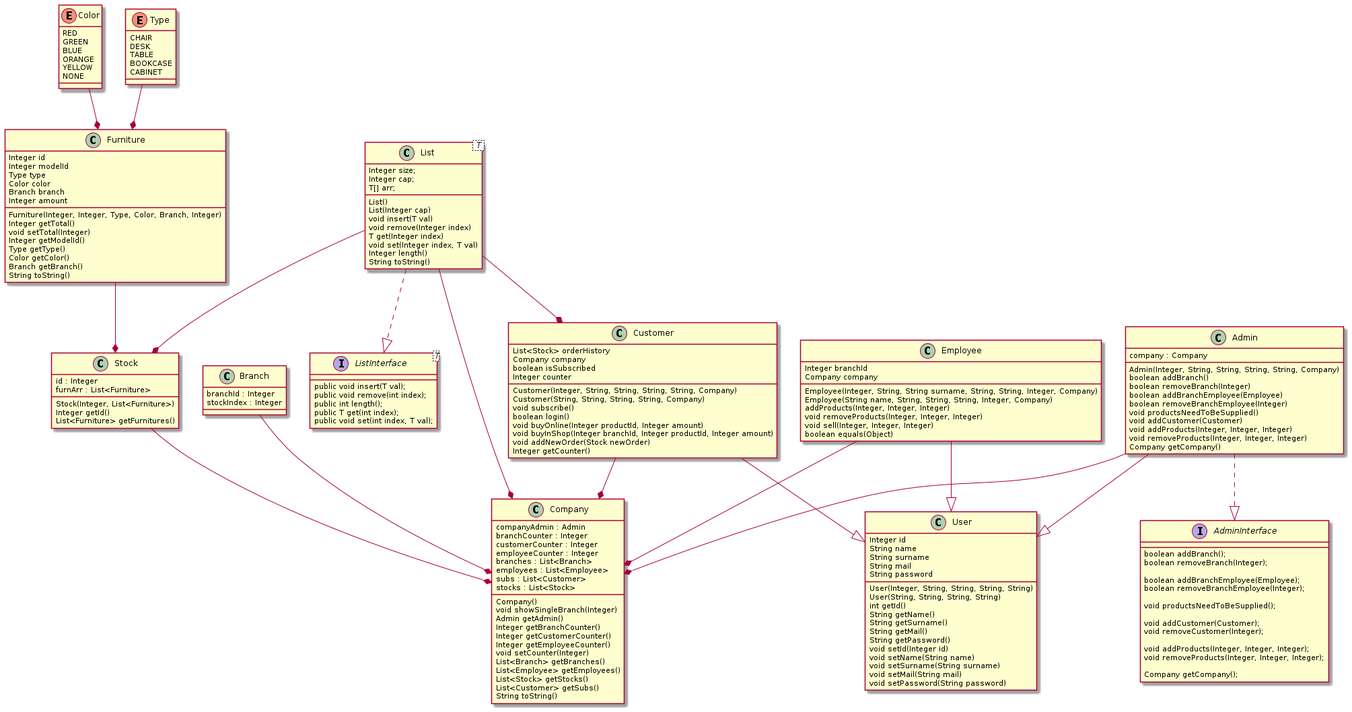
barisayyildiz/Data-Structures-Homeworks keeps this PlantUML diagram as out/classes/Order Taking Classes.png. Above is the earlier version.
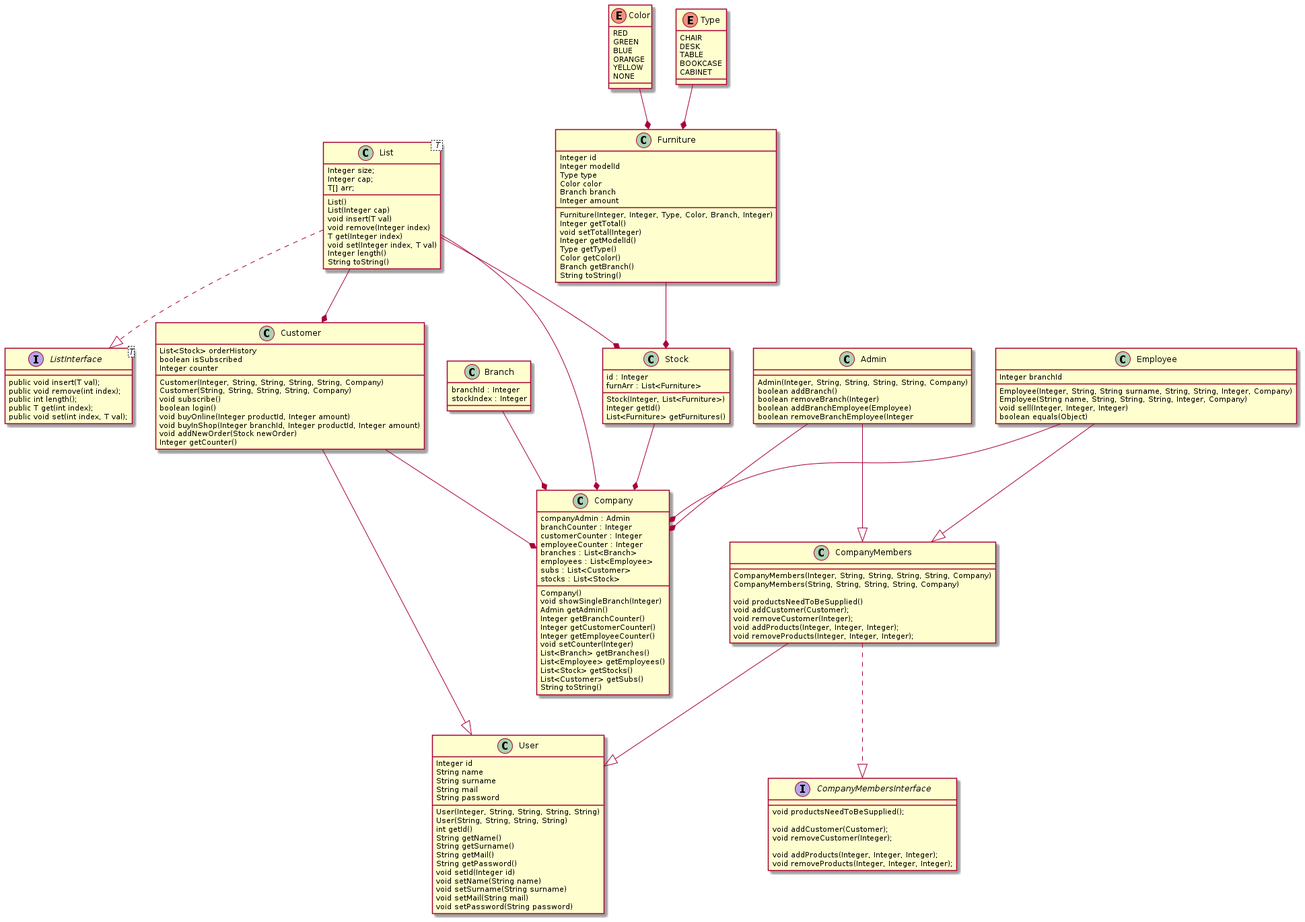
After the change.

Commit message:
user interface oluşturuluyor

The edit, as a diff of the source:
```diff
@@ -42,27 +42,17 @@
 
 class Admin
 {
-	company : Company
 	Admin(Integer, String, String, String, String, Company)
 	boolean addBranch()
 	boolean removeBranch(Integer)
 	boolean addBranchEmployee(Employee)
-	boolean removeBranchEmployee(Integer)
-	void productsNeedToBeSupplied()
-	void addCustomer(Customer)
-	void addProducts(Integer, Integer, Integer)
-	void removeProducts(Integer, Integer, Integer)
-	Company getCompany()
+	boolean removeBranchEmployee(Integer
 
 }
 
-interface AdminInterface {
+interface CompanyMembersInterface {
 
-	boolean addBranch();
-	boolean removeBranch(Integer);
 
-	boolean addBranchEmployee(Employee);
-	boolean removeBranchEmployee(Integer);
 
 	void productsNeedToBeSupplied();
 
@@ -72,14 +62,24 @@
 	void addProducts(Integer, Integer, Integer);
 	void removeProducts(Integer, Integer, Integer);
 
-	Company getCompany();
+}
+
+class CompanyMembers
+{
+	CompanyMembers(Integer, String, String, String, String, Company)
+	CompanyMembers(String, String, String, String, Company)
+
+	void productsNeedToBeSupplied()
+	void addCustomer(Customer);
+	void removeCustomer(Integer);
+	void addProducts(Integer, Integer, Integer);
+	void removeProducts(Integer, Integer, Integer);
 
 }
 
 class Customer
 {
 	List<Stock> orderHistory
-	Company company
 	boolean isSubscribed
 	Integer counter
 
@@ -98,12 +98,9 @@
 class Employee
 {
 	Integer branchId
-	Company company
 
 	Employee(Integer, String, String surname, String, String, Integer, Company)
 	Employee(String name, String, String, String, Integer, Company)
-	addProducts(Integer, Integer, Integer)
-	void removeProducts(Integer, Integer, Integer)
 	void sell(Integer, Integer, Integer)
 	boolean equals(Object)
 }
@@ -203,10 +200,12 @@
 Customer --* Company
 Stock --* Company
 Admin --* Company
-Admin --|> User
-Employee --|> User
+Admin --|> CompanyMembers
+Employee --|> CompanyMembers
+CompanyMembers ..|> CompanyMembersInterface
+CompanyMembers --|> User
+
 Customer --|> User
-Admin ..|> AdminInterface
 List ..|> ListInterface
 Furniture --* Stock
 Color --* Furniture
```
